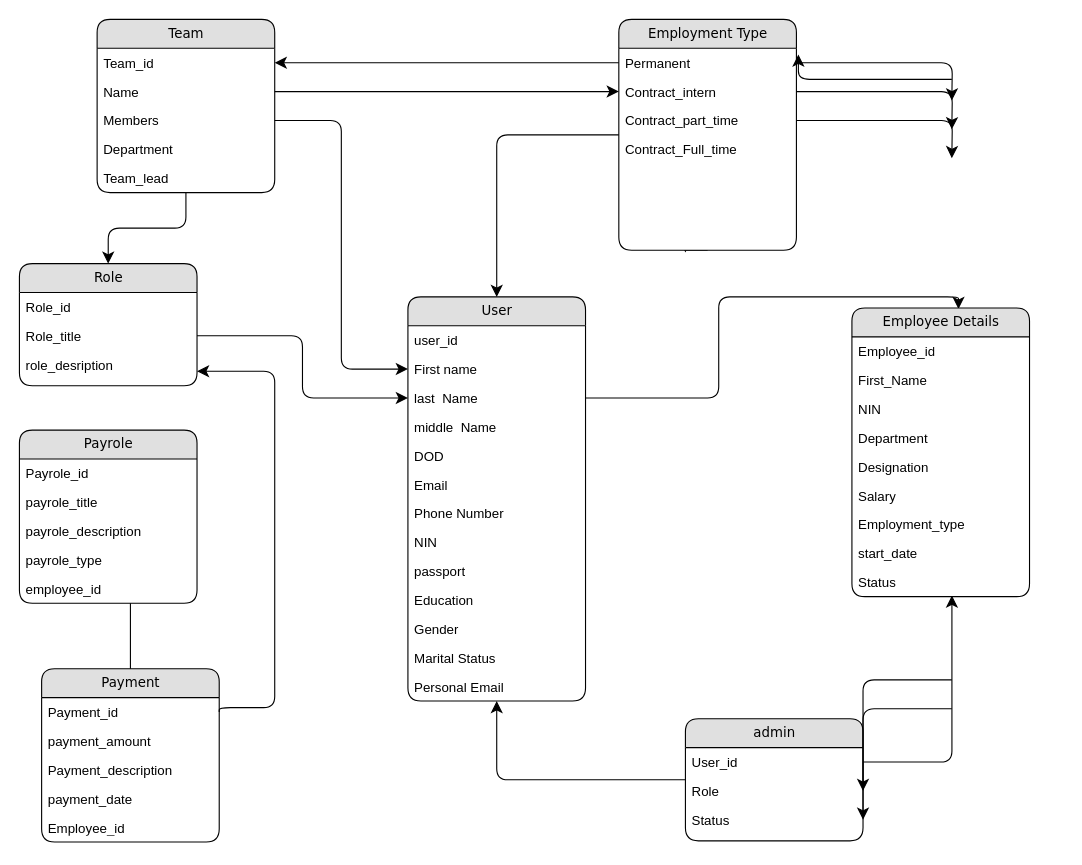
Earlier version of the draw.io diagram Untitled Diagram.drawio (adetijani/My-first-tutorial-trial). Source tidied: cells renumbered, new cells numbered last; positions are measured from the earlier drawing's top-left corner, leaving out a move shared by most shapes. Both pictures are drawn from the tidied source at 111%, with x=0, y=0 at pixel (19, 19).
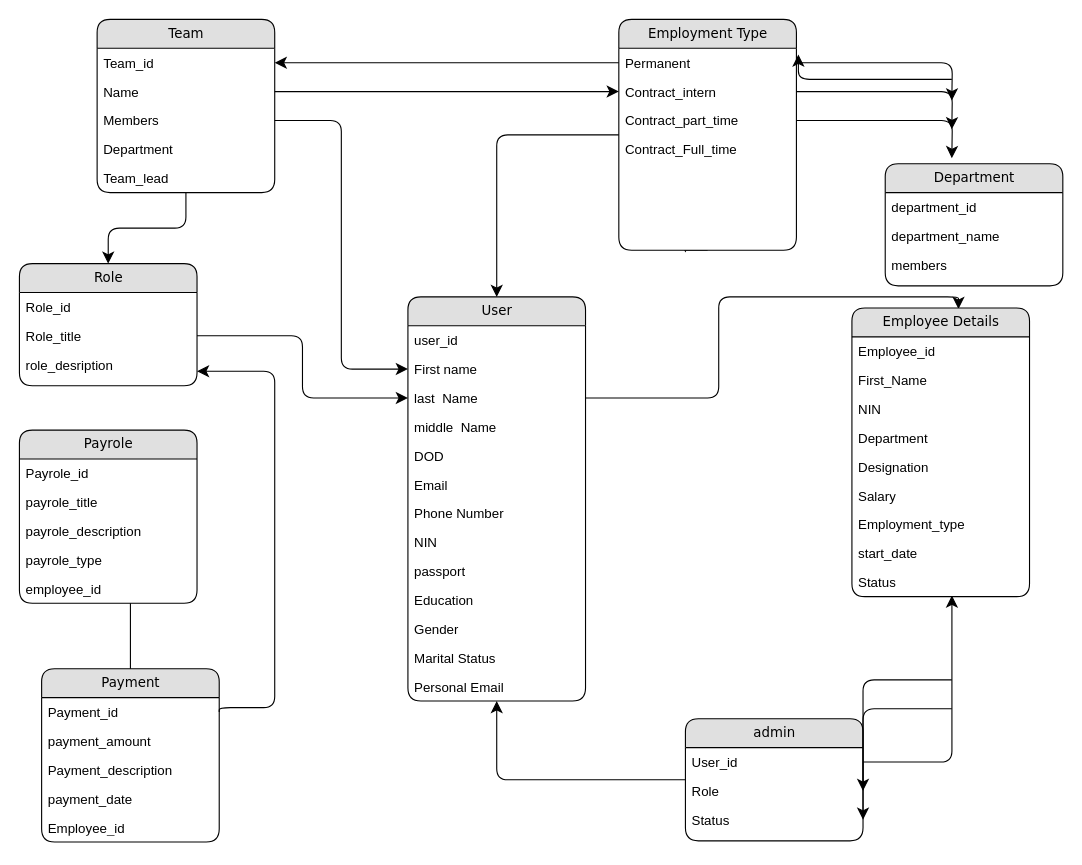
The same page after the edit.

The edit, as a diff of the source:
```diff
@@
+    <mxCell id="75" value="Department" style="swimlane;html=1;fontStyle=0;horizontal=1;startSize=26;fillColor=#e0e0e0;swimlaneFillColor=#ffffff;align=center;rounded=1;shadow=0;comic=0;labelBackgroundColor=none;strokeWidth=1;fontFamily=Verdana;fontSize=12;" parent="1" vertex="1">
+      <mxGeometry x="780" y="130" width="160" height="110" as="geometry" />
+    </mxCell>
+    <mxCell id="76" value="department_id" style="text;html=1;strokeColor=none;fillColor=none;spacingLeft=4;spacingRight=4;whiteSpace=wrap;overflow=hidden;" parent="75" vertex="1">
+      <mxGeometry y="26" width="160" height="26" as="geometry" />
+    </mxCell>
+    <mxCell id="77" value="department_name" style="text;html=1;strokeColor=none;fillColor=none;spacingLeft=4;spacingRight=4;whiteSpace=wrap;overflow=hidden;" parent="75" vertex="1">
+      <mxGeometry y="52" width="160" height="26" as="geometry" />
+    </mxCell>
+    <mxCell id="78" value="members" style="text;html=1;strokeColor=none;fillColor=none;spacingLeft=4;spacingRight=4;whiteSpace=wrap;overflow=hidden;" parent="75" vertex="1">
+      <mxGeometry y="78" width="160" height="26" as="geometry" />
+    </mxCell>
```
